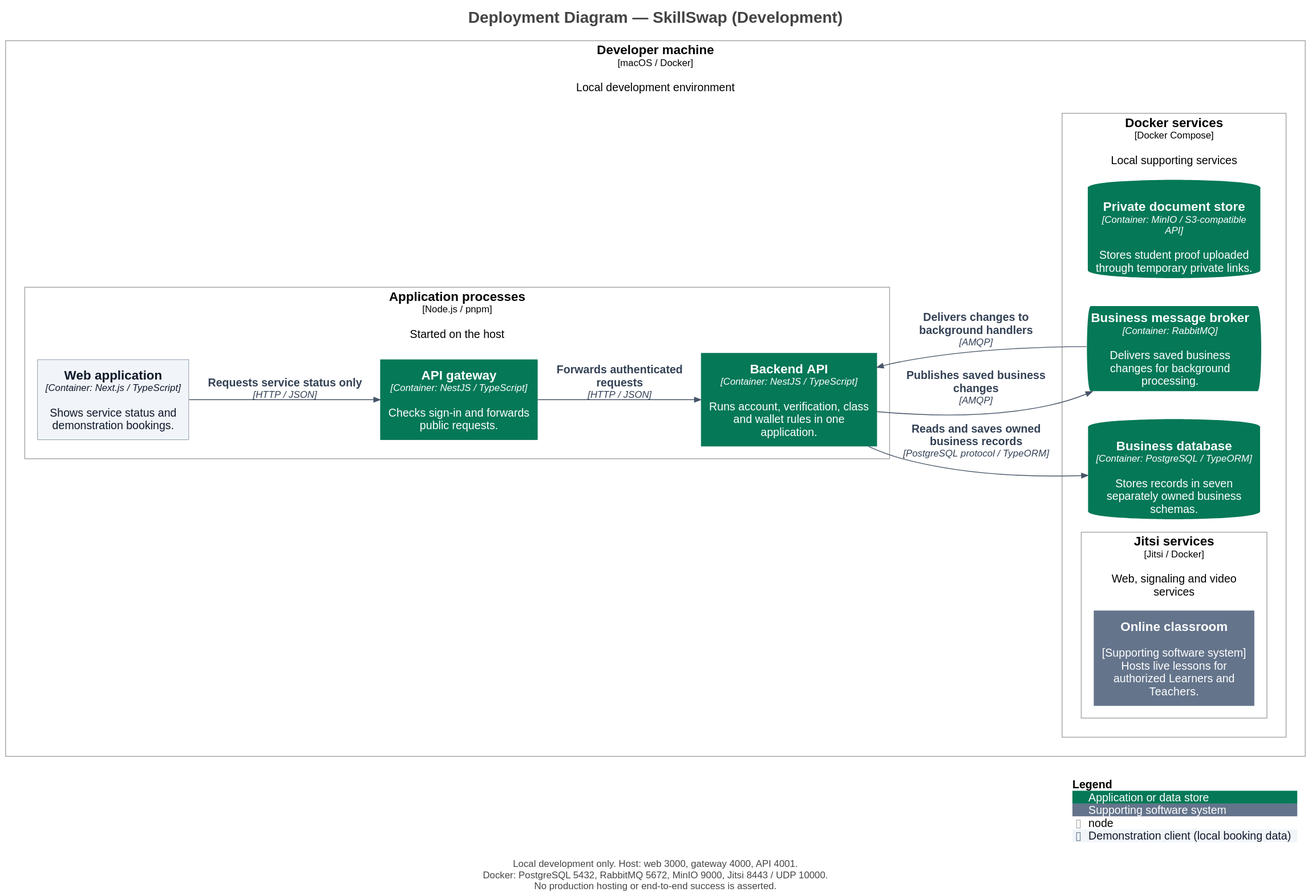
Before: docs/diagrams/c4/generated/structurizr-Deployment.svg, a diagram exported from PlantUML (trankien022/SkillSwap).
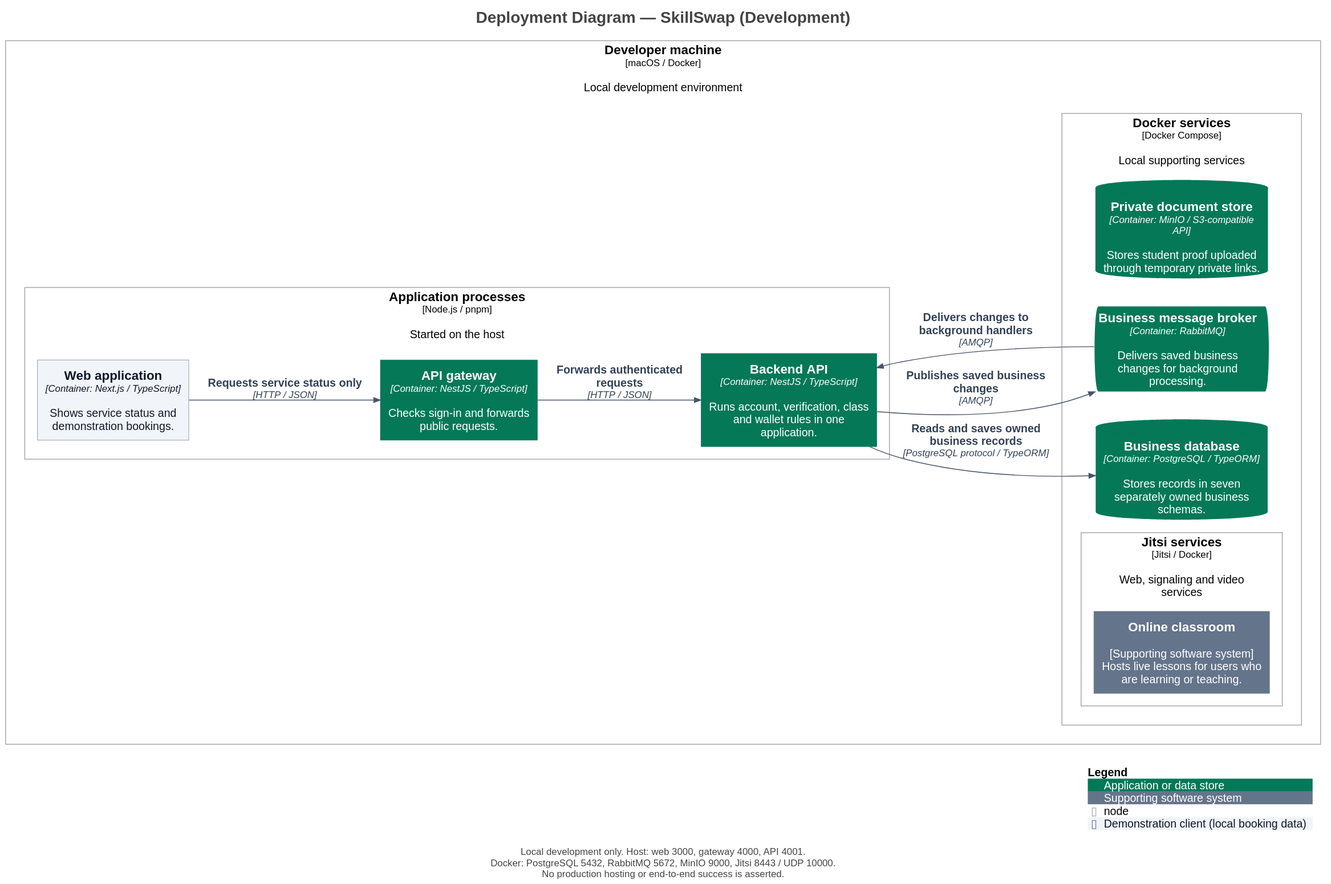
Later version of the same file.

Diff of the diagram source:
```diff
@@ -42,7 +42,7 @@
     ContainerQueue(Development.Developermachine.Dockerservices.Businessmessagebroker_1, "Business message broker", $techn="Container: RabbitMQ", $descr="Delivers saved business changes for background processing.", $tags="", $link="")
     ContainerDb(Development.Developermachine.Dockerservices.Privatedocumentstore_1, "Private document store", $techn="Container: MinIO / S3-compatible API", $descr="Stores student proof uploaded through temporary private links.", $tags="", $link="")
     Deployment_Node(Development.Developermachine.Dockerservices.Jitsiservices, "Jitsi services", $type="Jitsi / Docker", $descr="Web, signaling and video services", $tags="", $link="") {
-      System_Ext(Development.Developermachine.Dockerservices.Jitsiservices.Onlineclassroom_1, "Online classroom", $descr="[Supporting software system]\nHosts live lessons for authorized Learners and Teachers.", $tags="", $link="")
+      System_Ext(Development.Developermachine.Dockerservices.Jitsiservices.Onlineclassroom_1, "Online classroom", $descr="[Supporting software system]\nHosts live lessons for users who are learning or teaching.", $tags="", $link="")
     }
 
   }
```
